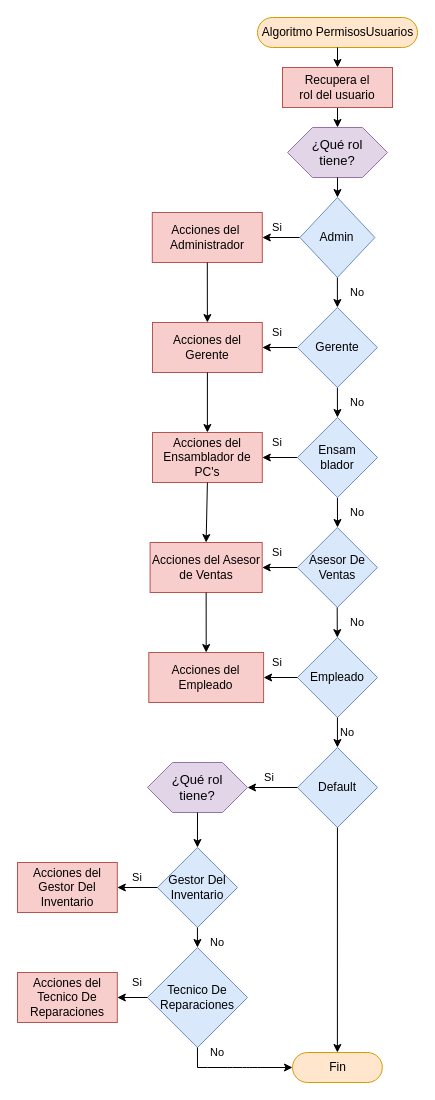
The draw.io diagram diagramas/2.drawio in DiegoCordova7/htdocs, before the edit. Source tidied: cells renumbered, new cells numbered last; positions are measured from the earlier drawing's top-left corner, leaving out a move shared by most shapes. Both pictures are drawn from the tidied source at 100%, with x=0, y=0 at pixel (17, 17).
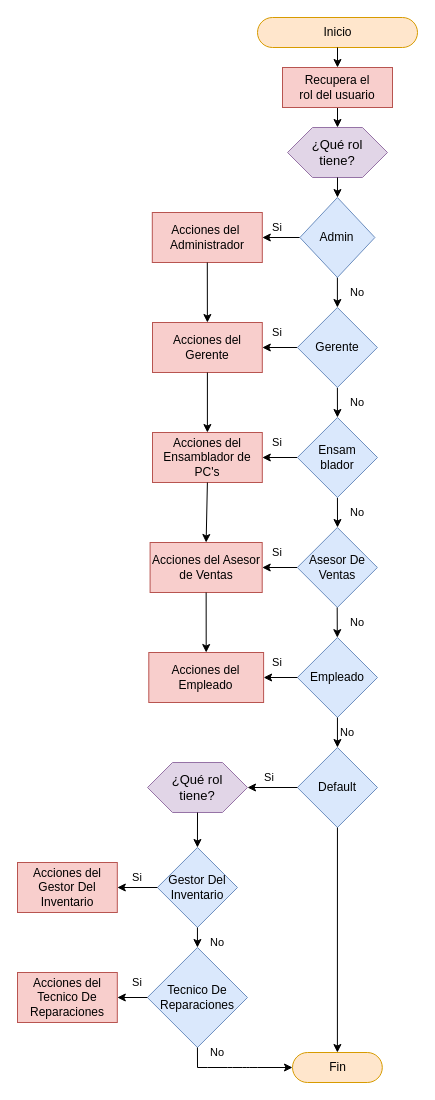
The same page after the edit.

Change to the diagram source:
```diff
@@
-    <mxCell id="2" value="Algoritmo PermisosUsuarios" style="html=1;dashed=0;whitespace=wrap;shape=mxgraph.dfd.start;fillColor=#ffe6cc;strokeColor=#d79b00;" parent="1" vertex="1">
+    <mxCell id="2" value="Inicio" style="html=1;dashed=0;whitespace=wrap;shape=mxgraph.dfd.start;fillColor=#ffe6cc;strokeColor=#d79b00;" parent="1" vertex="1">
       <mxGeometry x="240" width="160" height="30" as="geometry" />
     </mxCell>
```
